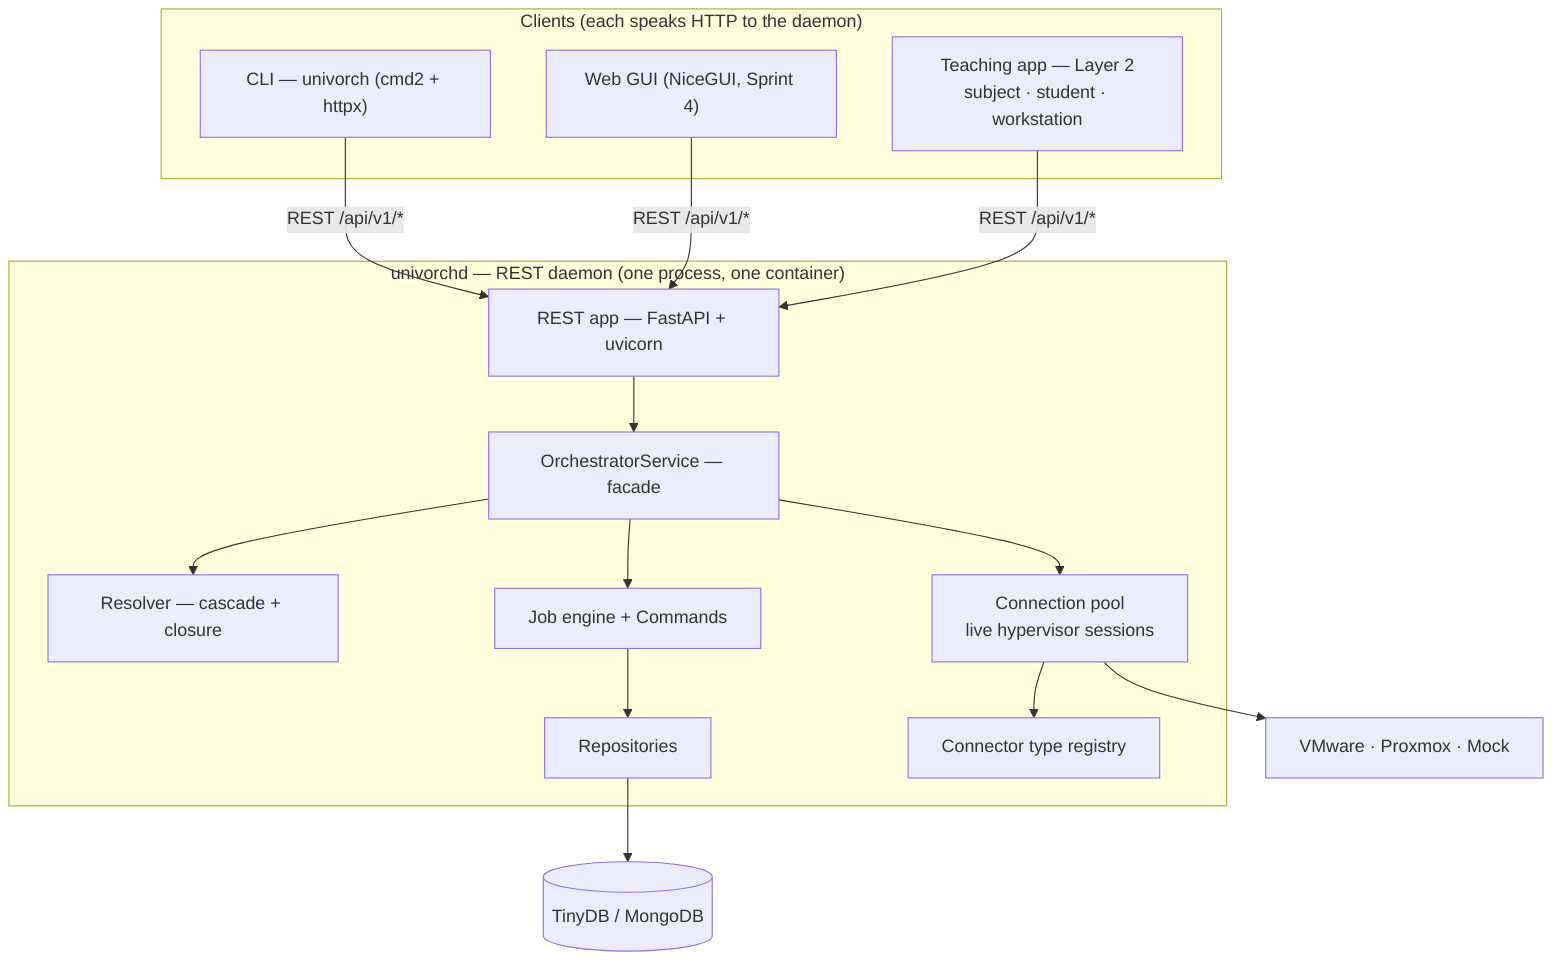
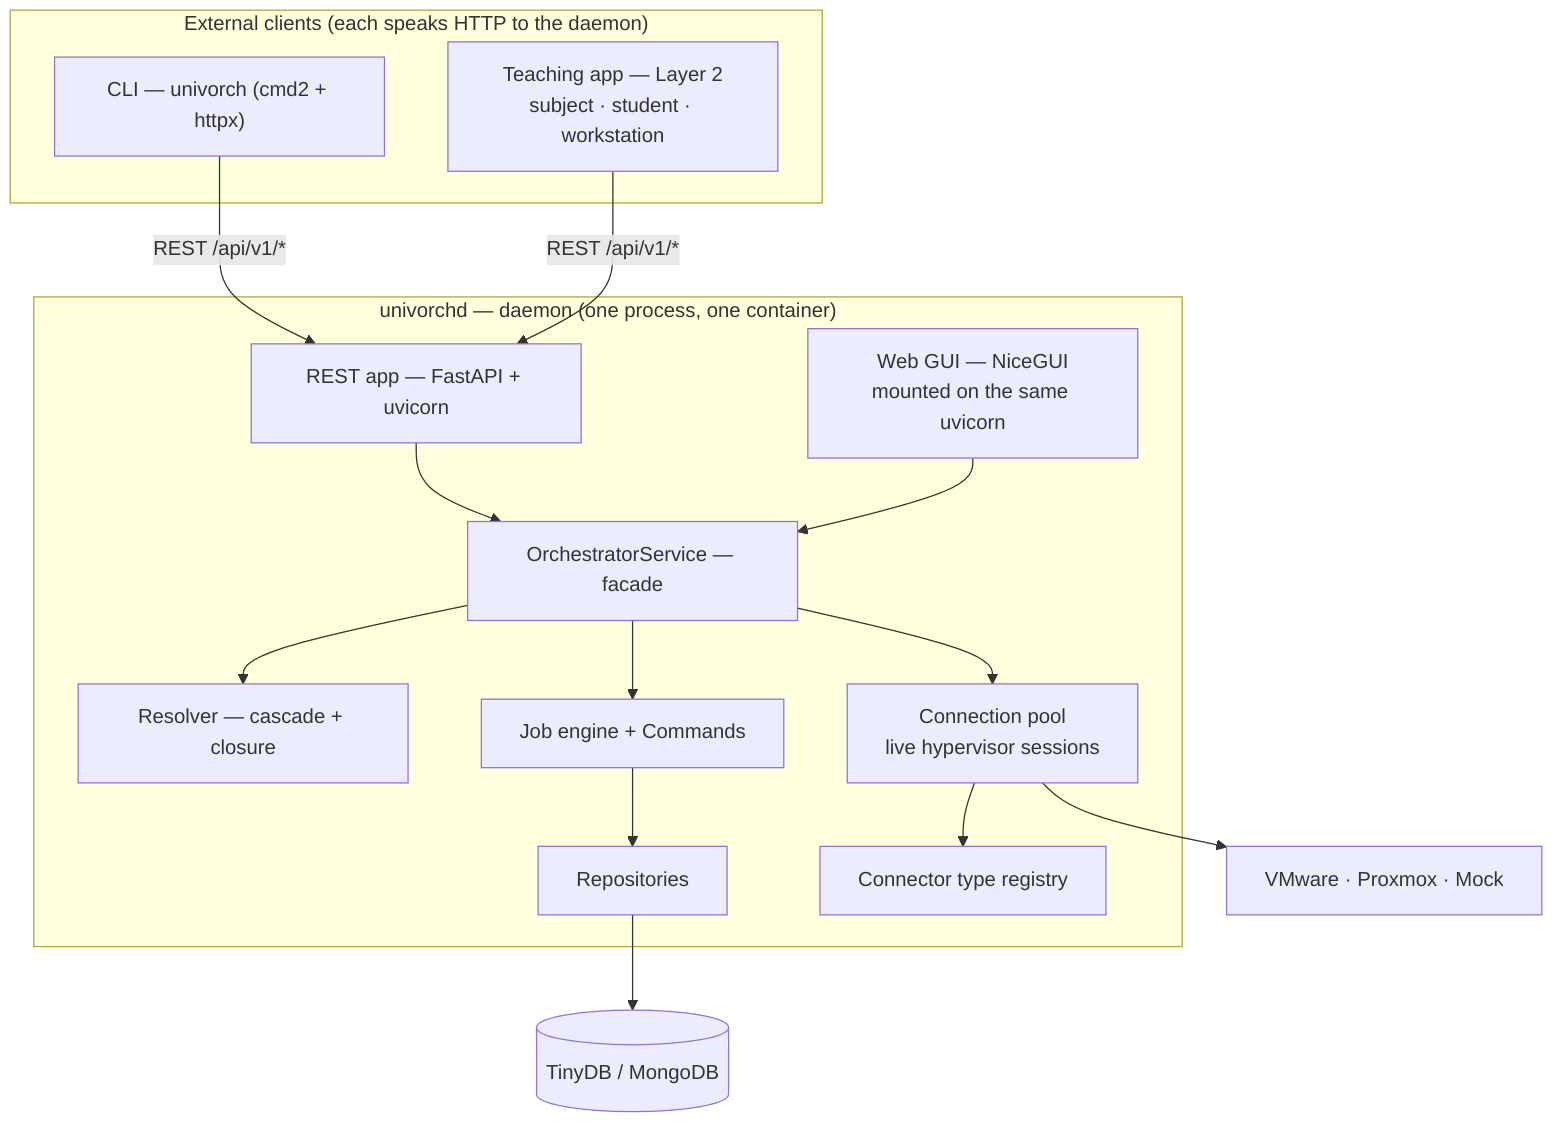
graph TB
-     subgraph CLIENTS["Clients (each speaks HTTP to the daemon)"]
+     subgraph CLIENTS["External clients (each speaks HTTP to the daemon)"]
        CLI["CLI — univorch (cmd2 + httpx)"]
-         WEB["Web GUI (NiceGUI, Sprint 4)"]
        TA["Teaching app — Layer 2<br/>subject · student · workstation"]
    end

-     subgraph DAEMON["univorchd — REST daemon (one process, one container)"]
+     subgraph DAEMON["univorchd — daemon (one process, one container)"]
        REST["REST app — FastAPI + uvicorn"]
+         WEB["Web GUI — NiceGUI<br/>mounted on the same uvicorn"]
        SVC["OrchestratorService — facade"]
        RES["Resolver — cascade + closure"]
        JE["Job engine + Commands"]
        POOL["Connection pool<br/>live hypervisor sessions"]
        REG["Connector type registry"]
        REP["Repositories"]
        REST --> SVC
+         WEB --> SVC
        SVC --> RES
        SVC --> JE
        SVC --> POOL
        POOL --> REG
        JE --> REP
    end

    CLI -- "REST /api/v1/*" --> REST
-     WEB -- "REST /api/v1/*" --> REST
    TA  -- "REST /api/v1/*" --> REST
    REP --> DB[("TinyDB / MongoDB")]
    POOL --> HYP["VMware · Proxmox · Mock"]
